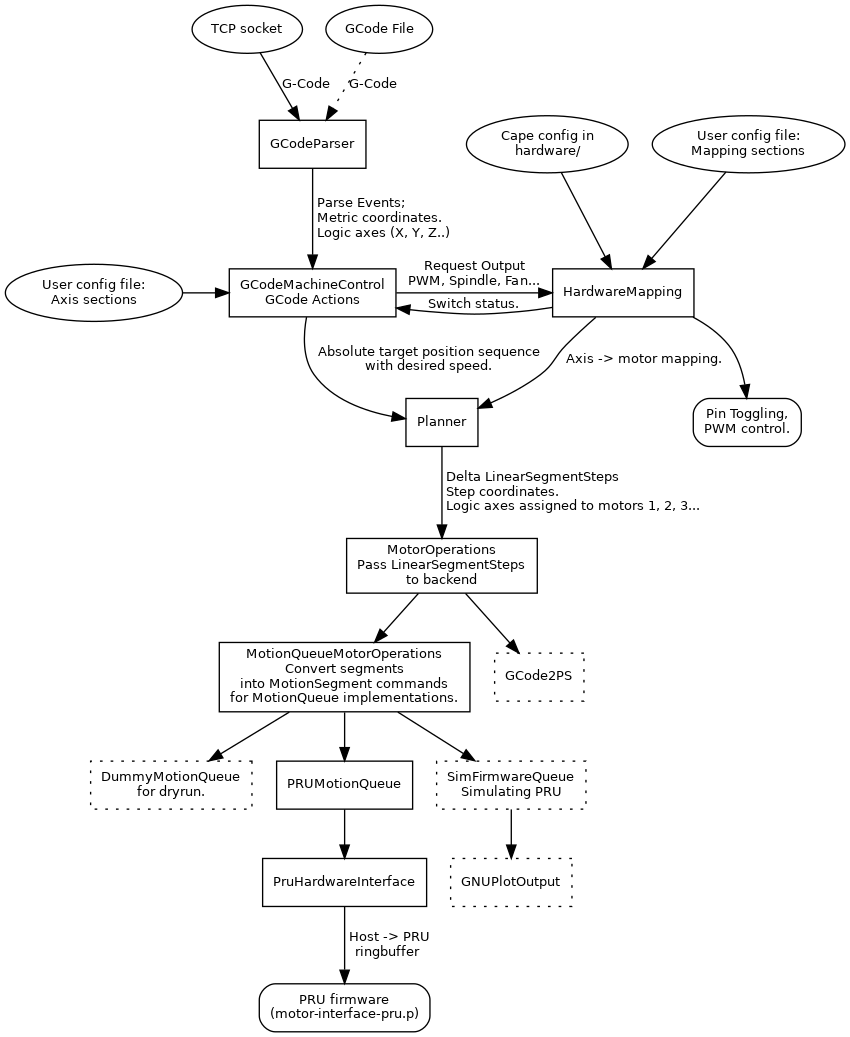
This is img/machine-control.png from hzeller/beagleg, a Graphviz export, as it was before one commit. Its source is kept beside it as img/machine-control.dot.
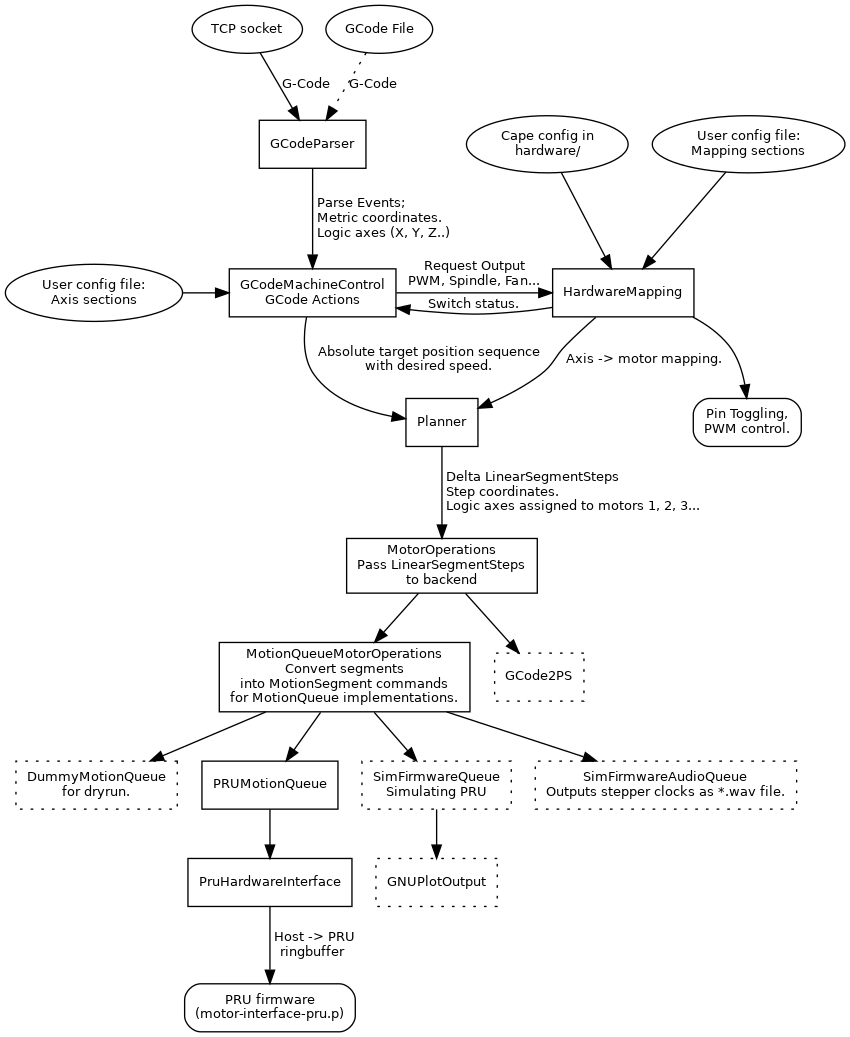
Above is the later version.

Commit message:
Include audio wav as possible output in the diagram.

This is for the development page, so developers might enjoy the different
ways how to vis-/audialize the output.

What changed in the source:
```diff
@@ -21,6 +21,7 @@
 		DummyMotionQueue [label = "DummyMotionQueue\nfor dryrun.", style=dotted];
 		PRUMotionQueue;
 		SimFirmwareQueue [label = "SimFirmwareQueue\nSimulating PRU", style=dotted];
+		SimFirmwareAudioQueue [label = "SimFirmwareAudioQueue\nOutputs stepper clocks as *.wav file.", style=dotted];
 		GCode2PS [ style=dotted];
 
 		PruHardwareInterface;
@@ -52,6 +53,7 @@
 		MotorOperations -> MotionQueueMotorOperations
 		MotionQueueMotorOperations -> PRUMotionQueue;
 		MotionQueueMotorOperations -> SimFirmwareQueue -> GNUPlotOutput;
+		MotionQueueMotorOperations -> SimFirmwareAudioQueue;
 		MotionQueueMotorOperations -> DummyMotionQueue;
 		MotorOperations -> GCode2PS;
 		PRUMotionQueue -> PruHardwareInterface;
```
